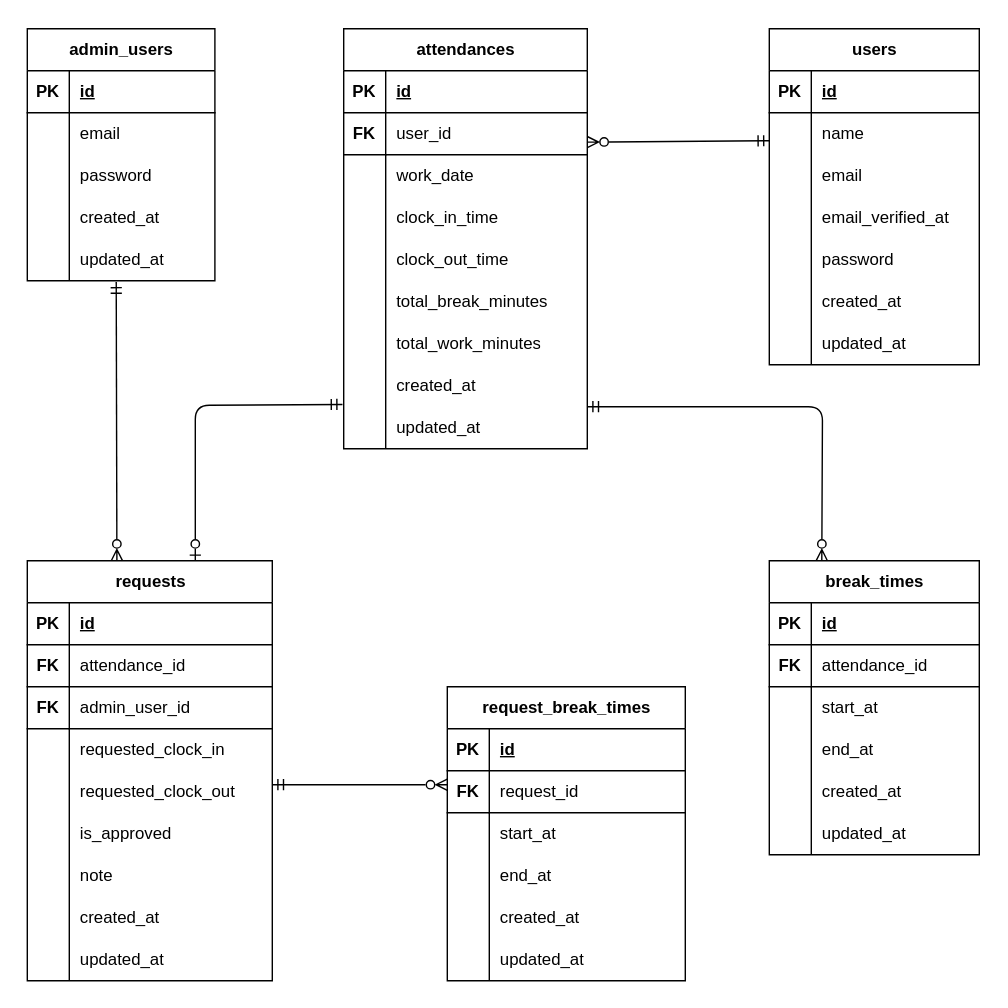
This is ER.drawio.svg from mutoryoko/Attendance-Management, a draw.io export, as it was before one commit. Source tidied: cells renumbered, new cells last; positions are measured from the earlier drawing's top-left corner, leaving out a move shared by most shapes.
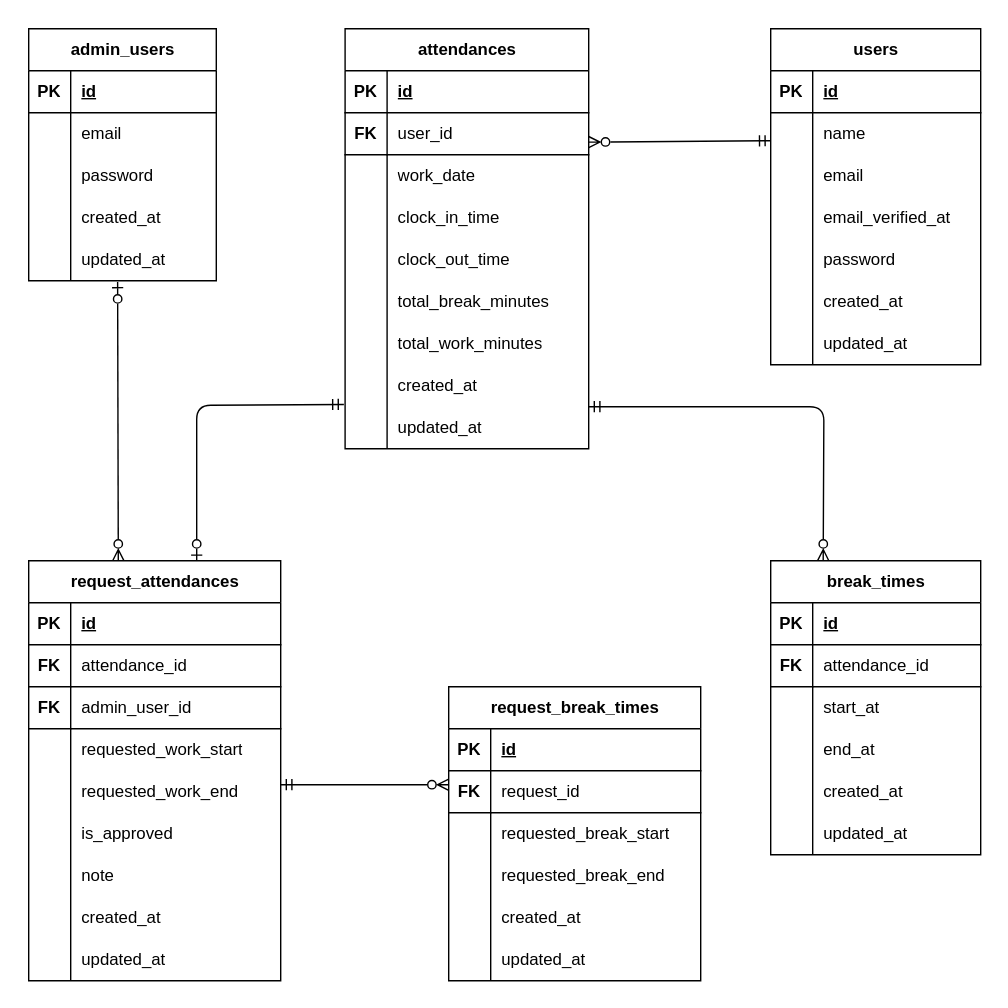
After the change.

What changed in the source:
```diff
@@ -260,146 +260,146 @@
     <mxCell id="87" value="updated_at" style="shape=partialRectangle;fillColor=none;top=0;left=0;bottom=0;right=0;align=left;spacingLeft=6;overflow=hidden;whiteSpace=wrap;html=1;" parent="85" vertex="1">
       <mxGeometry x="30" width="120" height="30" as="geometry" />
     </mxCell>
-    <mxCell id="88" value="requests" style="shape=table;startSize=30;rowLines=0;fontStyle=1;align=center;html=1;" parent="1" vertex="1">
-      <mxGeometry x="20" y="400" width="175" height="300" as="geometry" />
+    <mxCell id="88" value="request_attendances" style="shape=table;startSize=30;rowLines=0;fontStyle=1;align=center;html=1;" parent="1" vertex="1">
+      <mxGeometry x="20" y="400" width="180" height="300" as="geometry" />
     </mxCell>
     <mxCell id="89" style="shape=tableRow;horizontal=0;startSize=0;swimlaneHead=0;swimlaneBody=0;fillColor=none;top=0;left=0;right=0;bottom=1;" parent="88" vertex="1">
-      <mxGeometry y="30" width="175" height="30" as="geometry" />
+      <mxGeometry y="30" width="180" height="30" as="geometry" />
     </mxCell>
     <mxCell id="90" value="PK" style="shape=partialRectangle;fillColor=none;top=0;left=0;bottom=0;right=0;fontStyle=1;overflow=hidden;whiteSpace=wrap;html=1;" parent="89" vertex="1">
       <mxGeometry width="30" height="30" as="geometry" />
     </mxCell>
     <mxCell id="91" value="id" style="shape=partialRectangle;fillColor=none;top=0;left=0;bottom=0;right=0;align=left;spacingLeft=6;fontStyle=5;overflow=hidden;whiteSpace=wrap;html=1;" parent="89" vertex="1">
-      <mxGeometry x="30" width="145" height="30" as="geometry" />
+      <mxGeometry x="30" width="150" height="30" as="geometry" />
     </mxCell>
     <mxCell id="92" style="shape=tableRow;horizontal=0;startSize=0;swimlaneHead=0;swimlaneBody=0;fillColor=none;top=0;left=0;right=0;bottom=0;" parent="88" vertex="1">
-      <mxGeometry y="60" width="175" height="30" as="geometry" />
+      <mxGeometry y="60" width="180" height="30" as="geometry" />
     </mxCell>
     <mxCell id="93" value="&lt;b&gt;FK&lt;/b&gt;" style="shape=partialRectangle;fillColor=none;top=0;left=0;bottom=1;right=0;overflow=hidden;whiteSpace=wrap;html=1;strokeColor=default;perimeterSpacing=0;" parent="92" vertex="1">
       <mxGeometry width="30" height="30" as="geometry" />
     </mxCell>
     <mxCell id="94" value="attendance_id" style="shape=partialRectangle;fillColor=none;top=0;left=0;bottom=1;right=0;align=left;spacingLeft=6;overflow=hidden;whiteSpace=wrap;html=1;strokeColor=default;perimeterSpacing=0;" parent="92" vertex="1">
-      <mxGeometry x="30" width="145" height="30" as="geometry" />
+      <mxGeometry x="30" width="150" height="30" as="geometry" />
     </mxCell>
     <mxCell id="95" style="shape=tableRow;horizontal=0;startSize=0;swimlaneHead=0;swimlaneBody=0;fillColor=none;top=0;left=0;right=0;bottom=0;" parent="88" vertex="1">
-      <mxGeometry y="90" width="175" height="30" as="geometry" />
+      <mxGeometry y="90" width="180" height="30" as="geometry" />
     </mxCell>
     <mxCell id="96" value="&lt;b&gt;FK&lt;/b&gt;" style="shape=partialRectangle;fillColor=none;top=0;left=0;bottom=1;right=0;overflow=hidden;whiteSpace=wrap;html=1;strokeColor=default;perimeterSpacing=0;" parent="95" vertex="1">
       <mxGeometry width="30" height="30" as="geometry" />
     </mxCell>
     <mxCell id="97" value="admin_user_id" style="shape=partialRectangle;fillColor=none;top=0;left=0;bottom=1;right=0;align=left;spacingLeft=6;overflow=hidden;whiteSpace=wrap;html=1;strokeColor=default;perimeterSpacing=0;" parent="95" vertex="1">
-      <mxGeometry x="30" width="145" height="30" as="geometry" />
+      <mxGeometry x="30" width="150" height="30" as="geometry" />
     </mxCell>
     <mxCell id="98" style="shape=tableRow;horizontal=0;startSize=0;swimlaneHead=0;swimlaneBody=0;fillColor=none;top=0;left=0;right=0;bottom=0;" parent="88" vertex="1">
-      <mxGeometry y="120" width="175" height="30" as="geometry" />
+      <mxGeometry y="120" width="180" height="30" as="geometry" />
     </mxCell>
     <mxCell id="99" style="shape=partialRectangle;fillColor=none;top=0;left=0;bottom=0;right=0;overflow=hidden;whiteSpace=wrap;html=1;" parent="98" vertex="1">
       <mxGeometry width="30" height="30" as="geometry" />
     </mxCell>
-    <mxCell id="100" value="requested_clock_in" style="shape=partialRectangle;fillColor=none;top=0;left=0;bottom=0;right=0;align=left;spacingLeft=6;overflow=hidden;whiteSpace=wrap;html=1;" parent="98" vertex="1">
-      <mxGeometry x="30" width="145" height="30" as="geometry" />
+    <mxCell id="100" value="requested_work_start" style="shape=partialRectangle;fillColor=none;top=0;left=0;bottom=0;right=0;align=left;spacingLeft=6;overflow=hidden;whiteSpace=wrap;html=1;" parent="98" vertex="1">
+      <mxGeometry x="30" width="150" height="30" as="geometry" />
     </mxCell>
     <mxCell id="101" style="shape=tableRow;horizontal=0;startSize=0;swimlaneHead=0;swimlaneBody=0;fillColor=none;points=[[0,0.5],[1,0.5]];portConstraint=eastwest;top=0;left=0;right=0;bottom=0;" parent="88" vertex="1">
-      <mxGeometry y="150" width="175" height="30" as="geometry" />
+      <mxGeometry y="150" width="180" height="30" as="geometry" />
     </mxCell>
     <mxCell id="102" style="shape=partialRectangle;fillColor=none;top=0;left=0;bottom=0;right=0;overflow=hidden;whiteSpace=wrap;html=1;" parent="101" vertex="1">
       <mxGeometry width="30" height="30" as="geometry" />
     </mxCell>
-    <mxCell id="103" value="requested_clock_out" style="shape=partialRectangle;fillColor=none;top=0;left=0;bottom=0;right=0;align=left;spacingLeft=6;overflow=hidden;whiteSpace=wrap;html=1;" parent="101" vertex="1">
-      <mxGeometry x="30" width="145" height="30" as="geometry" />
+    <mxCell id="103" value="requested_work_end" style="shape=partialRectangle;fillColor=none;top=0;left=0;bottom=0;right=0;align=left;spacingLeft=6;overflow=hidden;whiteSpace=wrap;html=1;" parent="101" vertex="1">
+      <mxGeometry x="30" width="150" height="30" as="geometry" />
     </mxCell>
     <mxCell id="104" style="shape=tableRow;horizontal=0;startSize=0;swimlaneHead=0;swimlaneBody=0;fillColor=none;top=0;left=0;right=0;bottom=0;" parent="88" vertex="1">
-      <mxGeometry y="180" width="175" height="30" as="geometry" />
+      <mxGeometry y="180" width="180" height="30" as="geometry" />
     </mxCell>
     <mxCell id="105" style="shape=partialRectangle;fillColor=none;top=0;left=0;bottom=0;right=0;overflow=hidden;whiteSpace=wrap;html=1;" parent="104" vertex="1">
       <mxGeometry width="30" height="30" as="geometry" />
     </mxCell>
     <mxCell id="106" value="is_approved" style="shape=partialRectangle;fillColor=none;top=0;left=0;bottom=0;right=0;align=left;spacingLeft=6;overflow=hidden;whiteSpace=wrap;html=1;" parent="104" vertex="1">
-      <mxGeometry x="30" width="145" height="30" as="geometry" />
+      <mxGeometry x="30" width="150" height="30" as="geometry" />
     </mxCell>
     <mxCell id="107" style="shape=tableRow;horizontal=0;startSize=0;swimlaneHead=0;swimlaneBody=0;fillColor=none;top=0;left=0;right=0;bottom=0;" parent="88" vertex="1">
-      <mxGeometry y="210" width="175" height="30" as="geometry" />
+      <mxGeometry y="210" width="180" height="30" as="geometry" />
     </mxCell>
     <mxCell id="108" style="shape=partialRectangle;fillColor=none;top=0;left=0;bottom=0;right=0;overflow=hidden;whiteSpace=wrap;html=1;" parent="107" vertex="1">
       <mxGeometry width="30" height="30" as="geometry" />
     </mxCell>
     <mxCell id="109" value="note" style="shape=partialRectangle;fillColor=none;top=0;left=0;bottom=0;right=0;align=left;spacingLeft=6;overflow=hidden;whiteSpace=wrap;html=1;" parent="107" vertex="1">
-      <mxGeometry x="30" width="145" height="30" as="geometry" />
+      <mxGeometry x="30" width="150" height="30" as="geometry" />
     </mxCell>
     <mxCell id="110" style="shape=tableRow;horizontal=0;startSize=0;swimlaneHead=0;swimlaneBody=0;fillColor=none;top=0;left=0;right=0;bottom=0;" parent="88" vertex="1">
-      <mxGeometry y="240" width="175" height="30" as="geometry" />
+      <mxGeometry y="240" width="180" height="30" as="geometry" />
     </mxCell>
     <mxCell id="111" style="shape=partialRectangle;fillColor=none;top=0;left=0;bottom=0;right=0;overflow=hidden;whiteSpace=wrap;html=1;" parent="110" vertex="1">
       <mxGeometry width="30" height="30" as="geometry" />
     </mxCell>
     <mxCell id="112" value="created_at" style="shape=partialRectangle;fillColor=none;top=0;left=0;bottom=0;right=0;align=left;spacingLeft=6;overflow=hidden;whiteSpace=wrap;html=1;" parent="110" vertex="1">
-      <mxGeometry x="30" width="145" height="30" as="geometry" />
+      <mxGeometry x="30" width="150" height="30" as="geometry" />
     </mxCell>
     <mxCell id="113" style="shape=tableRow;horizontal=0;startSize=0;swimlaneHead=0;swimlaneBody=0;fillColor=none;top=0;left=0;right=0;bottom=0;" parent="88" vertex="1">
-      <mxGeometry y="270" width="175" height="30" as="geometry" />
+      <mxGeometry y="270" width="180" height="30" as="geometry" />
     </mxCell>
     <mxCell id="114" style="shape=partialRectangle;fillColor=none;top=0;left=0;bottom=0;right=0;overflow=hidden;whiteSpace=wrap;html=1;" parent="113" vertex="1">
       <mxGeometry width="30" height="30" as="geometry" />
     </mxCell>
     <mxCell id="115" value="updated_at" style="shape=partialRectangle;fillColor=none;top=0;left=0;bottom=0;right=0;align=left;spacingLeft=6;overflow=hidden;whiteSpace=wrap;html=1;" parent="113" vertex="1">
-      <mxGeometry x="30" width="145" height="30" as="geometry" />
+      <mxGeometry x="30" width="150" height="30" as="geometry" />
     </mxCell>
     <mxCell id="116" value="request_break_times" style="shape=table;startSize=30;rowLines=0;fontStyle=1;align=center;html=1;" parent="1" vertex="1">
-      <mxGeometry x="320" y="490" width="170" height="210" as="geometry" />
+      <mxGeometry x="320" y="490" width="180" height="210" as="geometry" />
     </mxCell>
     <mxCell id="117" style="shape=tableRow;horizontal=0;startSize=0;swimlaneHead=0;swimlaneBody=0;fillColor=none;top=0;left=0;right=0;bottom=1;" parent="116" vertex="1">
-      <mxGeometry y="30" width="170" height="30" as="geometry" />
+      <mxGeometry y="30" width="180" height="30" as="geometry" />
     </mxCell>
     <mxCell id="118" value="PK" style="shape=partialRectangle;fillColor=none;top=0;left=0;bottom=0;right=0;fontStyle=1;overflow=hidden;whiteSpace=wrap;html=1;" parent="117" vertex="1">
       <mxGeometry width="30" height="30" as="geometry" />
     </mxCell>
     <mxCell id="119" value="id" style="shape=partialRectangle;fillColor=none;top=0;left=0;bottom=0;right=0;align=left;spacingLeft=6;fontStyle=5;overflow=hidden;whiteSpace=wrap;html=1;" parent="117" vertex="1">
-      <mxGeometry x="30" width="140" height="30" as="geometry" />
+      <mxGeometry x="30" width="150" height="30" as="geometry" />
     </mxCell>
     <mxCell id="120" style="shape=tableRow;horizontal=0;startSize=0;swimlaneHead=0;swimlaneBody=0;fillColor=none;points=[[0,0.5],[1,0.5]];portConstraint=eastwest;top=0;left=0;right=0;bottom=0;" parent="116" vertex="1">
-      <mxGeometry y="60" width="170" height="30" as="geometry" />
+      <mxGeometry y="60" width="180" height="30" as="geometry" />
     </mxCell>
     <mxCell id="121" value="&lt;b&gt;FK&lt;/b&gt;" style="shape=partialRectangle;fillColor=none;top=0;left=0;bottom=1;right=0;overflow=hidden;whiteSpace=wrap;html=1;strokeColor=default;perimeterSpacing=0;" parent="120" vertex="1">
       <mxGeometry width="30" height="30" as="geometry" />
     </mxCell>
     <mxCell id="122" value="request_id" style="shape=partialRectangle;fillColor=none;top=0;left=0;bottom=1;right=0;align=left;spacingLeft=6;overflow=hidden;whiteSpace=wrap;html=1;strokeColor=default;perimeterSpacing=0;" parent="120" vertex="1">
-      <mxGeometry x="30" width="140" height="30" as="geometry" />
+      <mxGeometry x="30" width="150" height="30" as="geometry" />
     </mxCell>
     <mxCell id="123" style="shape=tableRow;horizontal=0;startSize=0;swimlaneHead=0;swimlaneBody=0;fillColor=none;top=0;left=0;right=0;bottom=0;" parent="116" vertex="1">
-      <mxGeometry y="90" width="170" height="30" as="geometry" />
+      <mxGeometry y="90" width="180" height="30" as="geometry" />
     </mxCell>
     <mxCell id="124" style="shape=partialRectangle;fillColor=none;top=0;left=0;bottom=0;right=0;overflow=hidden;whiteSpace=wrap;html=1;" parent="123" vertex="1">
       <mxGeometry width="30" height="30" as="geometry" />
     </mxCell>
-    <mxCell id="125" value="start_at" style="shape=partialRectangle;fillColor=none;top=0;left=0;bottom=0;right=0;align=left;spacingLeft=6;overflow=hidden;whiteSpace=wrap;html=1;" parent="123" vertex="1">
-      <mxGeometry x="30" width="140" height="30" as="geometry" />
+    <mxCell id="125" value="requested_break_start" style="shape=partialRectangle;fillColor=none;top=0;left=0;bottom=0;right=0;align=left;spacingLeft=6;overflow=hidden;whiteSpace=wrap;html=1;" parent="123" vertex="1">
+      <mxGeometry x="30" width="150" height="30" as="geometry" />
     </mxCell>
     <mxCell id="126" style="shape=tableRow;horizontal=0;startSize=0;swimlaneHead=0;swimlaneBody=0;fillColor=none;top=0;left=0;right=0;bottom=0;" parent="116" vertex="1">
-      <mxGeometry y="120" width="170" height="30" as="geometry" />
+      <mxGeometry y="120" width="180" height="30" as="geometry" />
     </mxCell>
     <mxCell id="127" style="shape=partialRectangle;fillColor=none;top=0;left=0;bottom=0;right=0;overflow=hidden;whiteSpace=wrap;html=1;" parent="126" vertex="1">
       <mxGeometry width="30" height="30" as="geometry" />
     </mxCell>
-    <mxCell id="128" value="end_at" style="shape=partialRectangle;fillColor=none;top=0;left=0;bottom=0;right=0;align=left;spacingLeft=6;overflow=hidden;whiteSpace=wrap;html=1;" parent="126" vertex="1">
-      <mxGeometry x="30" width="140" height="30" as="geometry" />
+    <mxCell id="128" value="requested_break_end" style="shape=partialRectangle;fillColor=none;top=0;left=0;bottom=0;right=0;align=left;spacingLeft=6;overflow=hidden;whiteSpace=wrap;html=1;" parent="126" vertex="1">
+      <mxGeometry x="30" width="150" height="30" as="geometry" />
     </mxCell>
     <mxCell id="129" style="shape=tableRow;horizontal=0;startSize=0;swimlaneHead=0;swimlaneBody=0;fillColor=none;top=0;left=0;right=0;bottom=0;" parent="116" vertex="1">
-      <mxGeometry y="150" width="170" height="30" as="geometry" />
+      <mxGeometry y="150" width="180" height="30" as="geometry" />
     </mxCell>
     <mxCell id="130" style="shape=partialRectangle;fillColor=none;top=0;left=0;bottom=0;right=0;overflow=hidden;whiteSpace=wrap;html=1;" parent="129" vertex="1">
       <mxGeometry width="30" height="30" as="geometry" />
     </mxCell>
     <mxCell id="131" value="created_at" style="shape=partialRectangle;fillColor=none;top=0;left=0;bottom=0;right=0;align=left;spacingLeft=6;overflow=hidden;whiteSpace=wrap;html=1;" parent="129" vertex="1">
-      <mxGeometry x="30" width="140" height="30" as="geometry" />
+      <mxGeometry x="30" width="150" height="30" as="geometry" />
     </mxCell>
     <mxCell id="132" style="shape=tableRow;horizontal=0;startSize=0;swimlaneHead=0;swimlaneBody=0;fillColor=none;top=0;left=0;right=0;bottom=0;" parent="116" vertex="1">
-      <mxGeometry y="180" width="170" height="30" as="geometry" />
+      <mxGeometry y="180" width="180" height="30" as="geometry" />
     </mxCell>
     <mxCell id="133" style="shape=partialRectangle;fillColor=none;top=0;left=0;bottom=0;right=0;overflow=hidden;whiteSpace=wrap;html=1;" parent="132" vertex="1">
       <mxGeometry width="30" height="30" as="geometry" />
     </mxCell>
     <mxCell id="134" value="updated_at" style="shape=partialRectangle;fillColor=none;top=0;left=0;bottom=0;right=0;align=left;spacingLeft=6;overflow=hidden;whiteSpace=wrap;html=1;" parent="132" vertex="1">
-      <mxGeometry x="30" width="140" height="30" as="geometry" />
+      <mxGeometry x="30" width="150" height="30" as="geometry" />
     </mxCell>
     <mxCell id="135" style="fontSize=12;html=1;endArrow=ERzeroToMany;startArrow=ERmandOne;entryX=0;entryY=0.333;entryDx=0;entryDy=0;entryPerimeter=0;endFill=0;exitX=1;exitY=0.333;exitDx=0;exitDy=0;exitPerimeter=0;" parent="1" edge="1" source="101" target="120">
       <mxGeometry relative="1" as="geometry" />
@@ -410,7 +410,7 @@
         <mxPoint x="550" y="100" as="targetPoint" />
       </mxGeometry>
     </mxCell>
-    <mxCell id="137" style="fontSize=12;html=1;endArrow=ERmandOne;startArrow=ERzeroToMany;startFill=0;entryX=0.474;entryY=1.033;entryDx=0;entryDy=0;entryPerimeter=0;" parent="1" edge="1" target="38">
+    <mxCell id="137" style="fontSize=12;html=1;endArrow=ERzeroToOne;startArrow=ERzeroToMany;startFill=0;entryX=0.474;entryY=1.033;entryDx=0;entryDy=0;entryPerimeter=0;endFill=0;" parent="1" edge="1" target="38">
       <mxGeometry relative="1" as="geometry">
         <mxPoint x="84" y="400" as="sourcePoint" />
       </mxGeometry>
```
